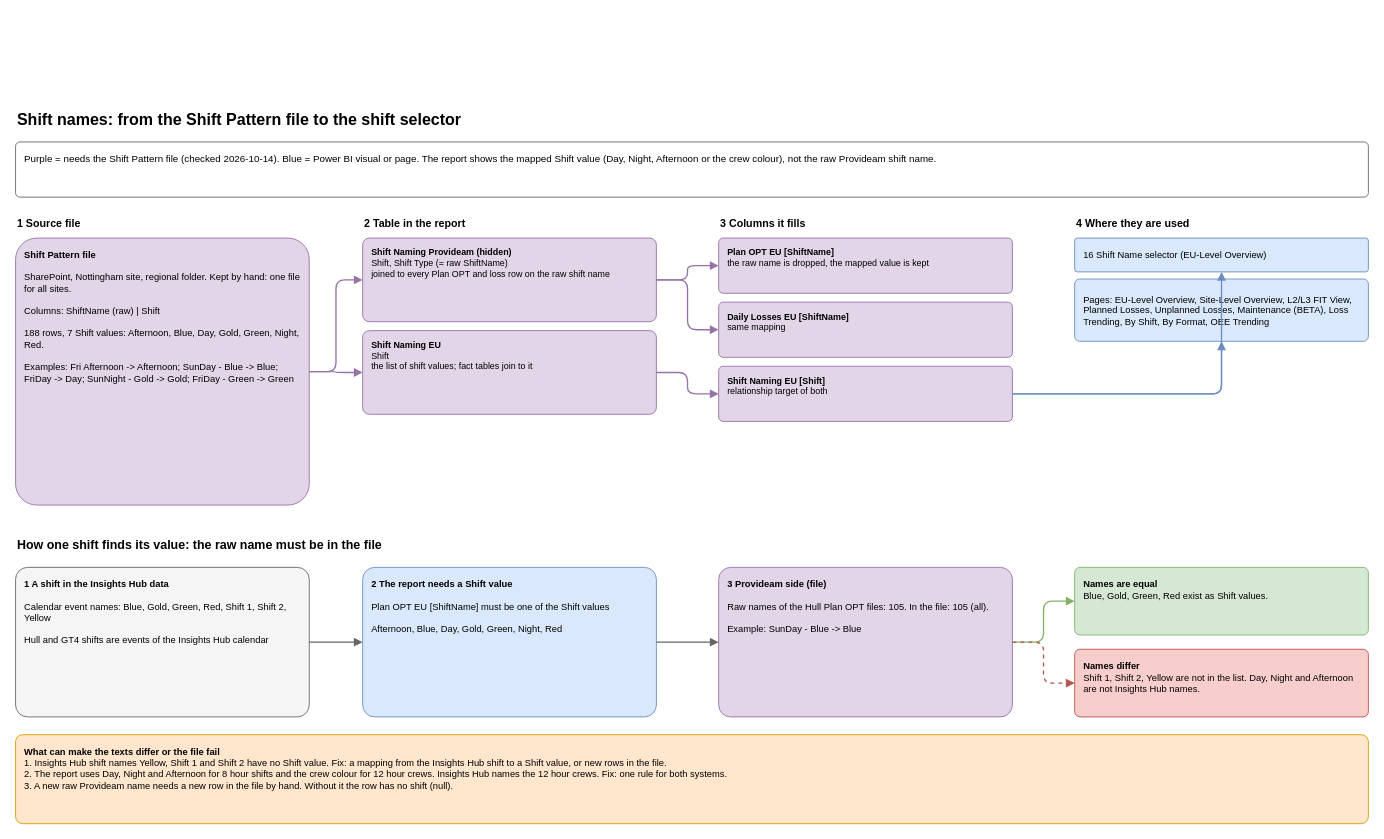
Earlier version of the draw.io diagram page "Background: Shift names" (16 of 21) of diagrams/site-dashboards-map.drawio (AbiyyuMufti/SIH-IBMX-R). Source tidied: cells renumbered, new cells numbered last; positions are measured from the earlier drawing's top-left corner, leaving out a move shared by most shapes. Both pictures are drawn from the tidied source at 89%, with x=0, y=0 at pixel (15, 104).
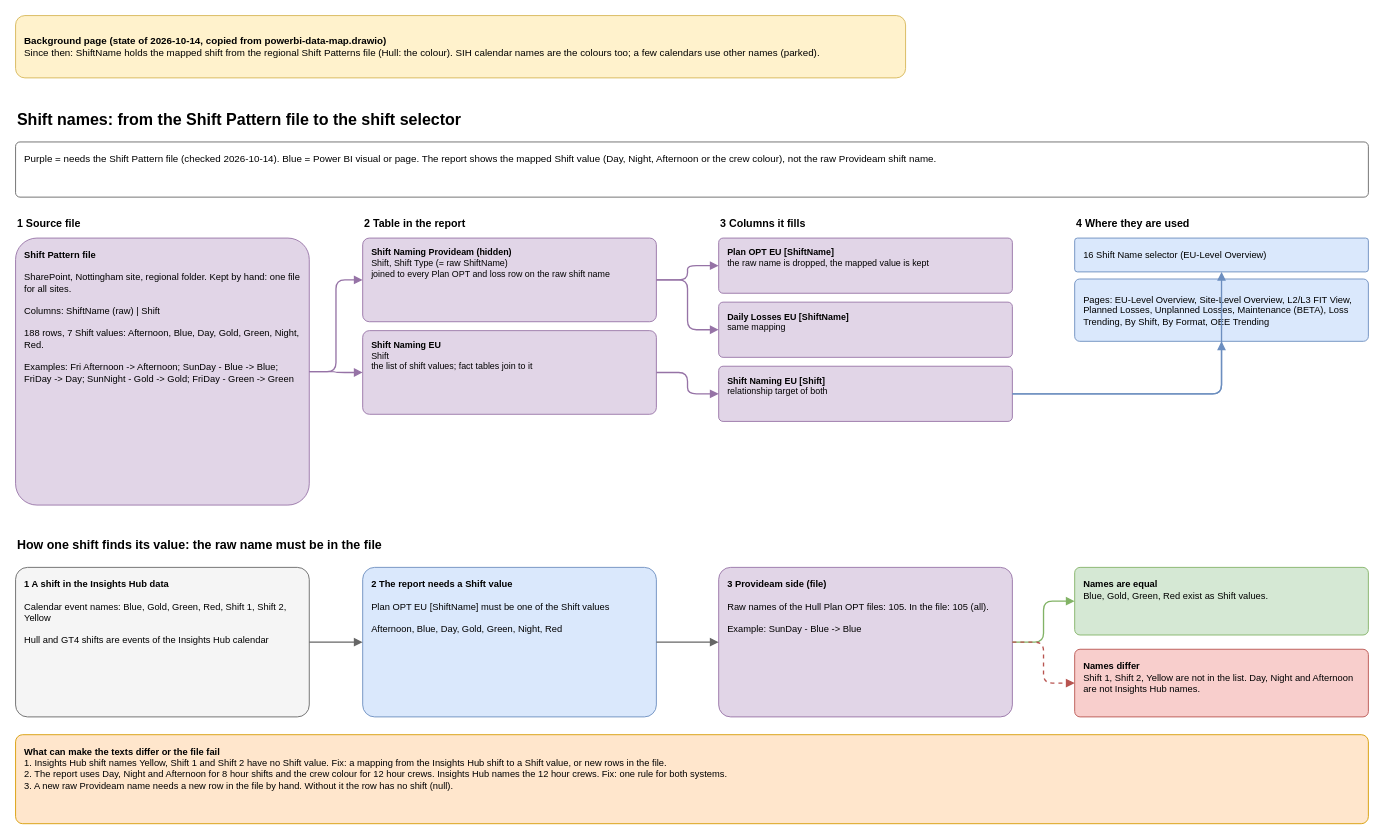
The same diagram, later.

Change to the diagram source:
```diff
@@
+    <mxCell id="34" value="&lt;b&gt;Background page (state of 2026-10-14, copied from powerbi-data-map.drawio)&lt;/b&gt;&lt;br&gt;Since then: ShiftName holds the mapped shift from the regional Shift Patterns file (Hull: the colour). SIH calendar names are the colours too; a few calendars use other names (parked)." style="rounded=1;whiteSpace=wrap;html=1;align=left;verticalAlign=middle;spacingLeft=8;fontSize=11;fillColor=#fff2cc;strokeColor=#d6b656;" parent="1" vertex="1">
+      <mxGeometry y="-100" width="1000" height="70" as="geometry" />
+    </mxCell>
```
